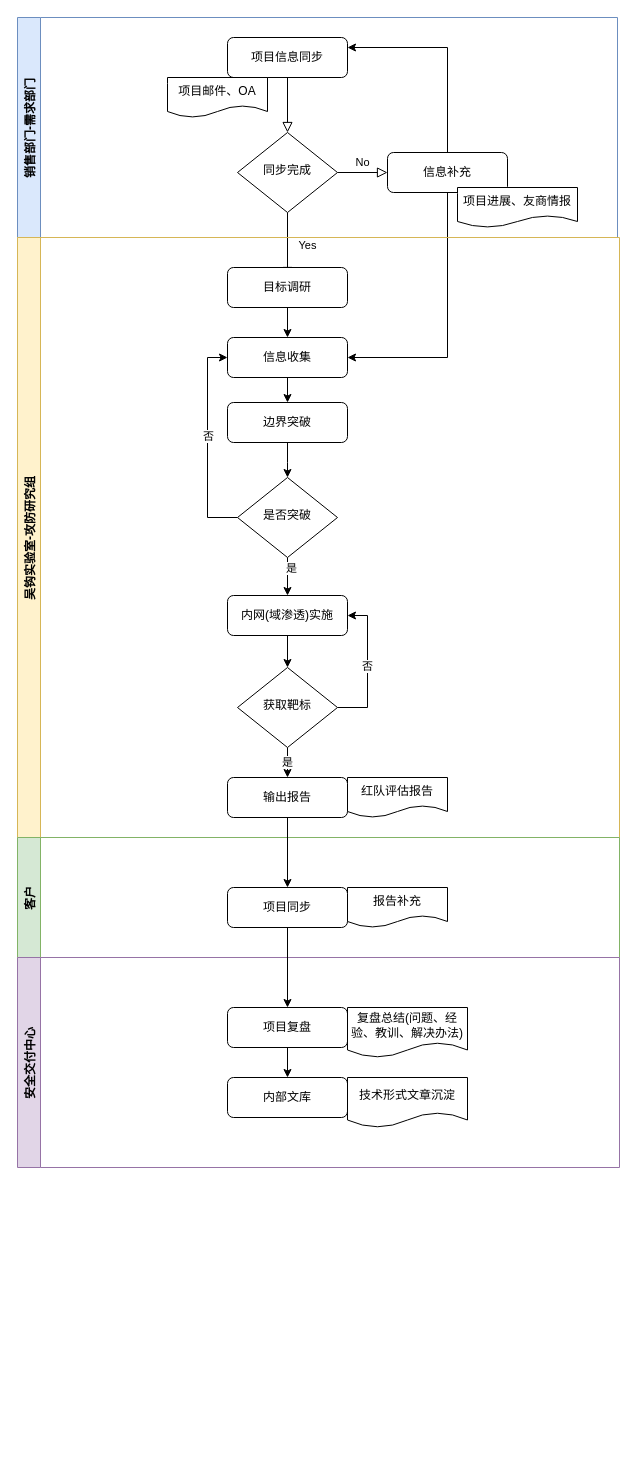
Earlier version of the draw.io diagram 红队评估SOP.drawio (fate93930/acefile). Source tidied: cells renumbered, new cells numbered last; positions are measured from the earlier drawing's top-left corner, leaving out a move shared by most shapes. Both pictures are drawn from the tidied source at 100%, with x=0, y=0 at pixel (17, 17).
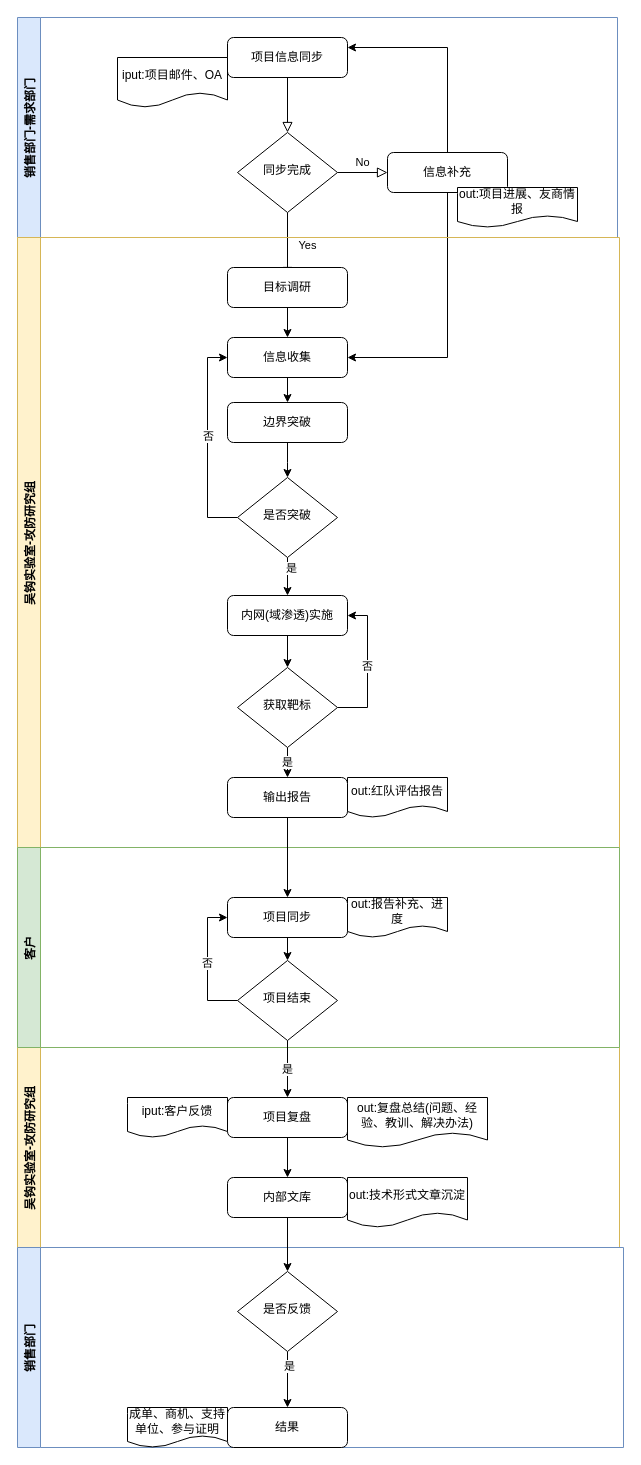
After the change.

Commit message (it also covers changes not shown here):
更新红队评估SOP.drawio

Unchanged cells that the change refers to:
```xml
<mxCell id="9" value="销售部门-需求部门" style="swimlane;horizontal=0;fillColor=#dae8fc;strokeColor=#6c8ebf;verticalAlign=middle;align=center;" parent="1" vertex="1">
  <mxGeometry width="600" height="220" as="geometry" />
</mxCell>
<mxCell id="30" value="输出报告" style="rounded=1;whiteSpace=wrap;html=1;fontSize=12;glass=0;strokeWidth=1;shadow=0;verticalAlign=middle;align=center;" parent="13" vertex="1">
  <mxGeometry x="210" y="540" width="120" height="40" as="geometry" />
</mxCell>
<mxCell id="38" value="项目复盘" style="rounded=1;whiteSpace=wrap;html=1;fontSize=12;glass=0;strokeWidth=1;shadow=0;verticalAlign=middle;align=center;" parent="36" vertex="1">
  <mxGeometry x="210" y="50" width="120" height="40" as="geometry" />
</mxCell>
```

Diff of the diagram source:
```diff
@@
-    <mxCell id="11" value="项目邮件、OA" style="shape=document;whiteSpace=wrap;html=1;boundedLbl=1;verticalAlign=middle;align=center;" parent="9" vertex="1">
-      <mxGeometry x="150" y="60" width="100" height="40" as="geometry" />
+    <mxCell id="11" value="iput:项目邮件、OA" style="shape=document;whiteSpace=wrap;html=1;boundedLbl=1;verticalAlign=middle;align=center;" parent="9" vertex="1">
+      <mxGeometry x="100" y="40" width="110" height="50" as="geometry" />
     </mxCell>
-    <mxCell id="12" value="项目进展、友商情报" style="shape=document;whiteSpace=wrap;html=1;boundedLbl=1;verticalAlign=middle;align=center;" parent="9" vertex="1">
+    <mxCell id="12" value="out:项目进展、友商情报" style="shape=document;whiteSpace=wrap;html=1;boundedLbl=1;verticalAlign=middle;align=center;" parent="9" vertex="1">
       <mxGeometry x="440" y="170" width="120" height="40" as="geometry" />
     </mxCell>
     <mxCell id="13" value="吴钩实验室-攻防研究组" style="swimlane;horizontal=0;fillColor=#fff2cc;strokeColor=#d6b656;verticalAlign=middle;align=center;" parent="1" vertex="1">
-      <mxGeometry y="220" width="602" height="600" as="geometry" />
+      <mxGeometry y="220" width="602" height="610" as="geometry" />
     </mxCell>
@@
-    <mxCell id="31" value="红队评估报告" style="shape=document;whiteSpace=wrap;html=1;boundedLbl=1;verticalAlign=middle;align=center;" parent="13" vertex="1">
+    <mxCell id="31" value="out:红队评估报告" style="shape=document;whiteSpace=wrap;html=1;boundedLbl=1;verticalAlign=middle;align=center;" parent="13" vertex="1">
       <mxGeometry x="330" y="540" width="100" height="40" as="geometry" />
     </mxCell>
-    <mxCell id="32" value="客户" style="swimlane;horizontal=0;align=center;verticalAlign=middle;fillColor=#d5e8d4;strokeColor=#82b366;" parent="13" vertex="1">
-      <mxGeometry y="600" width="602" height="120" as="geometry" />
-    </mxCell>
-    <mxCell id="33" value="项目同步" style="rounded=1;whiteSpace=wrap;html=1;fontSize=12;glass=0;strokeWidth=1;shadow=0;verticalAlign=middle;align=center;" parent="32" vertex="1">
-      <mxGeometry x="210" y="50" width="120" height="40" as="geometry" />
-    </mxCell>
-    <mxCell id="34" value="报告补充" style="shape=document;whiteSpace=wrap;html=1;boundedLbl=1;verticalAlign=middle;align=center;" parent="32" vertex="1">
-      <mxGeometry x="330" y="50" width="100" height="40" as="geometry" />
-    </mxCell>
-    <mxCell id="35" style="edgeStyle=orthogonalEdgeStyle;rounded=0;jettySize=auto;html=1;verticalAlign=middle;align=center;" parent="13" edge="1" source="30" target="33">
-      <mxGeometry relative="1" as="geometry" />
-    </mxCell>
-    <mxCell id="36" value="安全交付中心" style="swimlane;horizontal=0;align=center;verticalAlign=middle;fillColor=#e1d5e7;strokeColor=#9673a6;" parent="1" vertex="1">
-      <mxGeometry y="940" width="602" height="210" as="geometry" />
+    <mxCell id="36" value="吴钩实验室-攻防研究组" style="swimlane;horizontal=0;align=center;verticalAlign=middle;fillColor=#fff2cc;strokeColor=#d6b656;" parent="1" vertex="1">
+      <mxGeometry y="1030" width="602" height="200" as="geometry" />
     </mxCell>
@@
-    <mxCell id="39" value="复盘总结(问题、经验、教训、解决办法)" style="shape=document;whiteSpace=wrap;html=1;boundedLbl=1;verticalAlign=middle;align=center;" parent="36" vertex="1">
-      <mxGeometry x="330" y="50" width="120" height="50" as="geometry" />
+    <mxCell id="39" value="out:复盘总结(问题、经验、教训、解决办法)" style="shape=document;whiteSpace=wrap;html=1;boundedLbl=1;verticalAlign=middle;align=center;" parent="36" vertex="1">
+      <mxGeometry x="330" y="50" width="140" height="50" as="geometry" />
     </mxCell>
     <mxCell id="40" value="内部文库" style="rounded=1;whiteSpace=wrap;html=1;fontSize=12;glass=0;strokeWidth=1;shadow=0;verticalAlign=middle;align=center;" parent="36" vertex="1">
-      <mxGeometry x="210" y="120" width="120" height="40" as="geometry" />
+      <mxGeometry x="210" y="130" width="120" height="40" as="geometry" />
     </mxCell>
-    <mxCell id="41" value="技术形式文章沉淀" style="shape=document;whiteSpace=wrap;html=1;boundedLbl=1;verticalAlign=middle;align=center;" parent="36" vertex="1">
-      <mxGeometry x="330" y="120" width="120" height="50" as="geometry" />
+    <mxCell id="41" value="out:技术形式文章沉淀" style="shape=document;whiteSpace=wrap;html=1;boundedLbl=1;verticalAlign=middle;align=center;" parent="36" vertex="1">
+      <mxGeometry x="330" y="130" width="120" height="50" as="geometry" />
     </mxCell>
-    <mxCell id="42" style="edgeStyle=orthogonalEdgeStyle;rounded=0;jettySize=auto;html=1;align=center;verticalAlign=middle;" parent="1" edge="1" source="33" target="38">
-      <mxGeometry relative="1" as="geometry" />
-    </mxCell>
+    <mxCell id="43" value="iput:客户反馈" style="shape=document;whiteSpace=wrap;html=1;boundedLbl=1;align=center;verticalAlign=middle;" parent="36" vertex="1">
+      <mxGeometry x="110" y="50" width="100" height="40" as="geometry" />
+    </mxCell>
+    <mxCell id="32" value="客户" style="swimlane;horizontal=0;align=center;verticalAlign=middle;fillColor=#d5e8d4;strokeColor=#82b366;" parent="1" vertex="1">
+      <mxGeometry y="830" width="602" height="200" as="geometry" />
+    </mxCell>
+    <mxCell id="44" style="edgeStyle=orthogonalEdgeStyle;rounded=0;jettySize=auto;html=1;align=center;verticalAlign=middle;" parent="32" edge="1" source="33" target="46">
+      <mxGeometry relative="1" as="geometry" />
+    </mxCell>
+    <mxCell id="33" value="项目同步" style="rounded=1;whiteSpace=wrap;html=1;fontSize=12;glass=0;strokeWidth=1;shadow=0;verticalAlign=middle;align=center;" parent="32" vertex="1">
+      <mxGeometry x="210" y="50" width="120" height="40" as="geometry" />
+    </mxCell>
+    <mxCell id="34" value="out:报告补充、进度" style="shape=document;whiteSpace=wrap;html=1;boundedLbl=1;verticalAlign=middle;align=center;" parent="32" vertex="1">
+      <mxGeometry x="330" y="50" width="100" height="40" as="geometry" />
+    </mxCell>
+    <mxCell id="45" value="否" style="edgeStyle=orthogonalEdgeStyle;rounded=0;jettySize=auto;html=1;entryX=0;entryY=0.5;entryDx=0;entryDy=0;align=center;verticalAlign=middle;" parent="32" edge="1" source="46" target="33">
+      <mxGeometry relative="1" as="geometry">
+        <Array as="points">
+          <mxPoint x="190" y="153" />
+          <mxPoint x="190" y="70" />
+        </Array>
+      </mxGeometry>
+    </mxCell>
+    <mxCell id="46" value="项目结束" style="rhombus;whiteSpace=wrap;html=1;shadow=0;fontFamily=Helvetica;fontSize=12;align=center;strokeWidth=1;spacing=6;spacingTop=-4;verticalAlign=middle;" parent="32" vertex="1">
+      <mxGeometry x="220" y="113" width="100" height="80" as="geometry" />
+    </mxCell>
+    <mxCell id="35" style="edgeStyle=orthogonalEdgeStyle;rounded=0;jettySize=auto;html=1;verticalAlign=middle;align=center;" parent="1" edge="1" source="30" target="33">
+      <mxGeometry relative="1" as="geometry" />
+    </mxCell>
+    <mxCell id="47" value="是" style="edgeStyle=orthogonalEdgeStyle;rounded=0;jettySize=auto;html=1;align=center;verticalAlign=middle;" parent="1" edge="1" source="46" target="38">
+      <mxGeometry relative="1" as="geometry" />
+    </mxCell>
+    <mxCell id="48" value="销售部门" style="swimlane;horizontal=0;align=center;verticalAlign=middle;fillColor=#dae8fc;strokeColor=#6c8ebf;" parent="1" vertex="1">
+      <mxGeometry y="1230" width="606" height="200" as="geometry" />
+    </mxCell>
+    <mxCell id="49" value="成单、商机、支持单位、参与证明" style="shape=document;whiteSpace=wrap;html=1;boundedLbl=1;align=center;verticalAlign=middle;" parent="48" vertex="1">
+      <mxGeometry x="110" y="160" width="100" height="40" as="geometry" />
+    </mxCell>
+    <mxCell id="50" value="结果" style="rounded=1;whiteSpace=wrap;html=1;fontSize=12;glass=0;strokeWidth=1;shadow=0;verticalAlign=middle;align=center;" parent="48" vertex="1">
+      <mxGeometry x="210" y="160" width="120" height="40" as="geometry" />
+    </mxCell>
+    <mxCell id="51" style="edgeStyle=orthogonalEdgeStyle;rounded=0;jettySize=auto;html=1;align=center;verticalAlign=middle;" parent="48" edge="1" source="53" target="50">
+      <mxGeometry relative="1" as="geometry" />
+    </mxCell>
+    <mxCell id="52" value="是" style="edgeLabel;html=1;align=center;verticalAlign=middle;" parent="51" vertex="1">
+      <mxGeometry x="-0.5" y="1" relative="1" as="geometry" />
+    </mxCell>
+    <mxCell id="53" value="是否反馈" style="rhombus;whiteSpace=wrap;html=1;shadow=0;fontFamily=Helvetica;fontSize=12;align=center;strokeWidth=1;spacing=6;spacingTop=-4;verticalAlign=middle;" parent="48" vertex="1">
+      <mxGeometry x="220" y="24" width="100" height="80" as="geometry" />
+    </mxCell>
+    <mxCell id="54" style="edgeStyle=orthogonalEdgeStyle;rounded=0;jettySize=auto;html=1;align=center;verticalAlign=middle;" parent="1" edge="1" source="40" target="53">
+      <mxGeometry relative="1" as="geometry" />
+    </mxCell>
```
